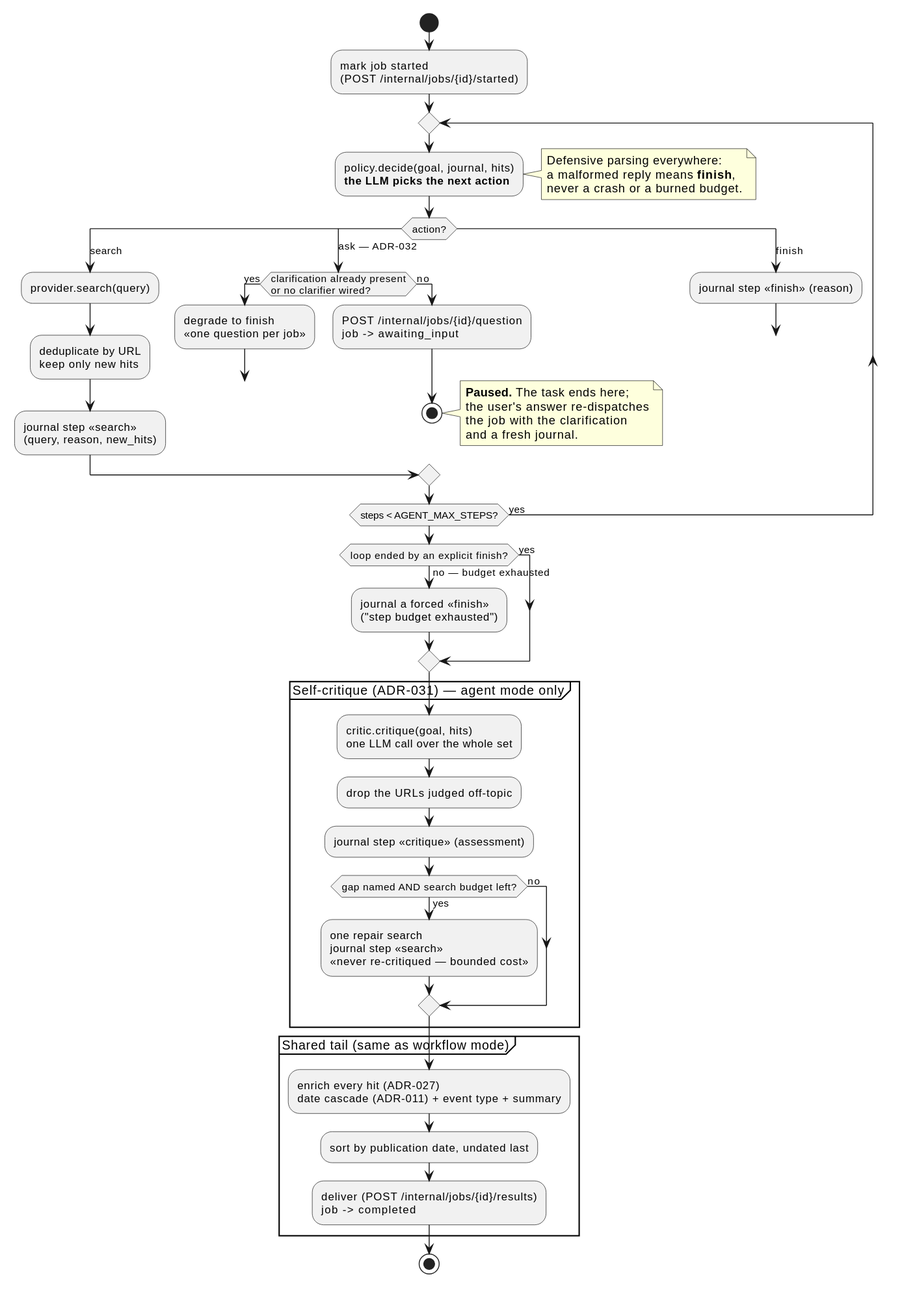
This is docs/diagrams/agentic-loop.svg from christopheduc-me/ai-agent-boilerplate, a PlantUML export, as it was before one commit. The source it was exported from:
```plantuml
@startuml

start
:mark job started
(POST /internal/jobs/{id}/started);

repeat
  :policy.decide(goal, journal, hits)
  <b>the LLM picks the next action</b>;
  note right
    Defensive parsing everywhere:
    a malformed reply means **finish**,
    never a crash or a burned budget.
  end note
  switch (action?)
  case (search)
    :provider.search(query);
    :deduplicate by URL
    keep only new hits;
    :journal step «search»
    (query, reason, new_hits);
  case (ask — ADR-032)
    if (clarification already present\nor no clarifier wired?) then (yes)
      :degrade to finish
      «one question per job»;
      break
    else (no)
      :POST /internal/jobs/{id}/question
      job -> awaiting_input;
      stop
      note right
        **Paused.** The task ends here;
        the user's answer re-dispatches
        the job with the clarification
        and a fresh journal.
      end note
    endif
  case (finish)
    :journal step «finish» (reason);
    break
  endswitch
repeat while (steps < AGENT_MAX_STEPS?) is (yes)

if (loop ended by an explicit finish?) then (yes)
else (no — budget exhausted)
  :journal a forced «finish»
  ("step budget exhausted");
endif

partition "Self-critique (ADR-031) — agent mode only" {
  :critic.critique(goal, hits)
  one LLM call over the whole set;
  :drop the URLs judged off-topic;
  :journal step «critique» (assessment);
  if (gap named AND search budget left?) then (yes)
    :one repair search
    journal step «search»
    «never re-critiqued — bounded cost»;
  else (no)
  endif
}

partition "Shared tail (same as workflow mode)" {
  :enrich every hit (ADR-027)
  date cascade (ADR-011) + event type + summary;
  :sort by publication date, undated last;
  :deliver (POST /internal/jobs/{id}/results)
  job -> completed;
}
stop
@enduml
```
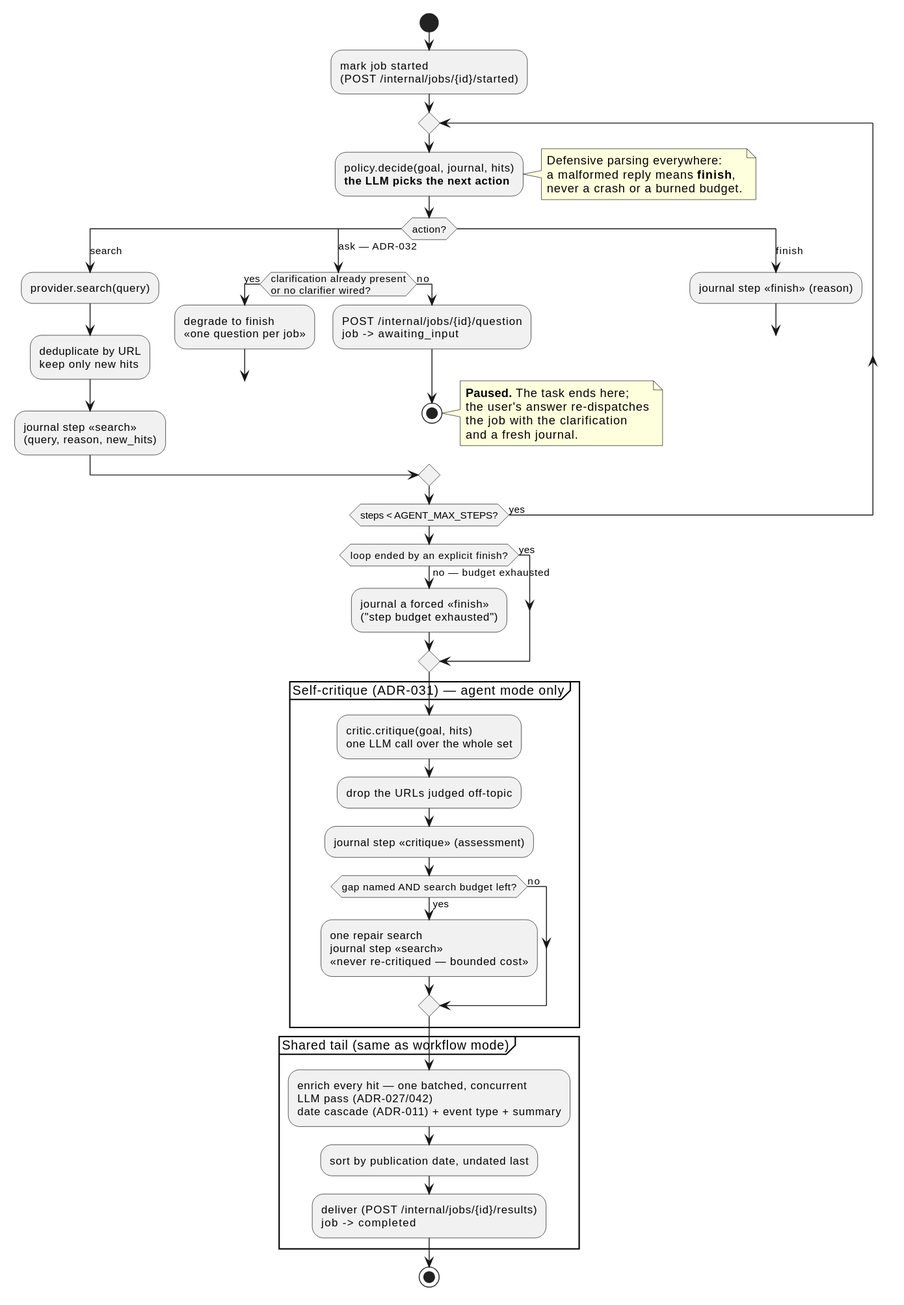
Above is the later version.

Commit message:
Batch the per-hit enrichment through one bounded concurrent LLM pass (ADR-042)

Change to the diagram source:
```diff
@@ -61,7 +61,8 @@
 }
 
 partition "Shared tail (same as workflow mode)" {
-  :enrich every hit (ADR-027)
+  :enrich every hit — one batched, concurrent
+  LLM pass (ADR-027/042)
   date cascade (ADR-011) + event type + summary;
   :sort by publication date, undated last;
   :deliver (POST /internal/jobs/{id}/results)
```
